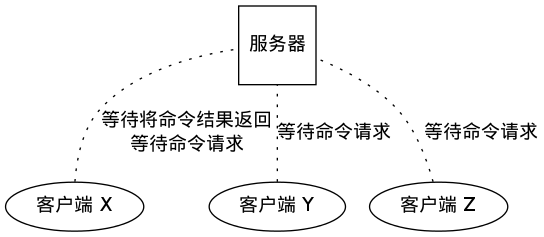
Above: internal/image/event-waiting-for-write.png in huangzworks/redisbook (Graphviz), before the change. Its source is kept beside it as internal/image/event-waiting-for-write.dot.
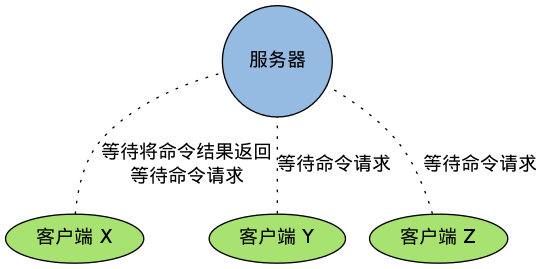
The same diagram one commit later.

Change to the diagram source:
```diff
@@ -1,14 +1,18 @@
 digraph e
 {
+    node [style = filled];
+
+    edge [style = "dotted, bold"];
+
     rankdir = BT;
 
-    server [label = "服务器", shape=square];
+    server [label = "服务器", shape=circle, fillcolor = "#95BBE3"];
 
-    cx [label = "客户端 X"];
+    cx [label = "客户端 X", fillcolor = "#A8E270"];
 
-    cy [label = "客户端 Y"];
+    cy [label = "客户端 Y", fillcolor = "#A8E270"];
 
-    cz [label = "客户端 Z"];
+    cz [label = "客户端 Z", fillcolor = "#A8E270"];
 
     cx -> server [dir=none, style=dotted, label="等待将命令结果返回\n等待命令请求"];
     cy -> server [dir=none, style=dotted, label="等待命令请求"];
```
